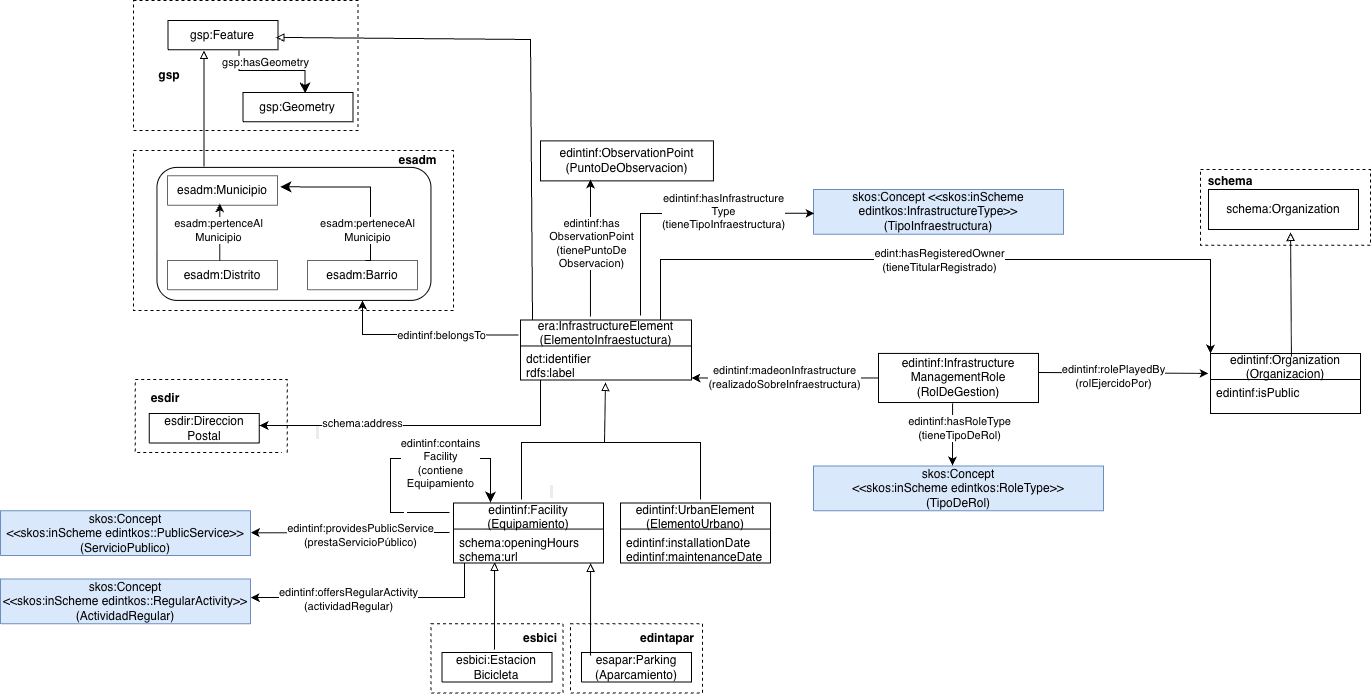
EDINT-Ontologia/edint-ontologia-infraestructura keeps this draw.io diagram as diagrams/diagrama-conceptual-General-with-DP.png. Above is the earlier version. Source tidied: cells renumbered, new cells last; positions are measured from the earlier drawing's top-left corner, leaving out a move shared by most shapes.
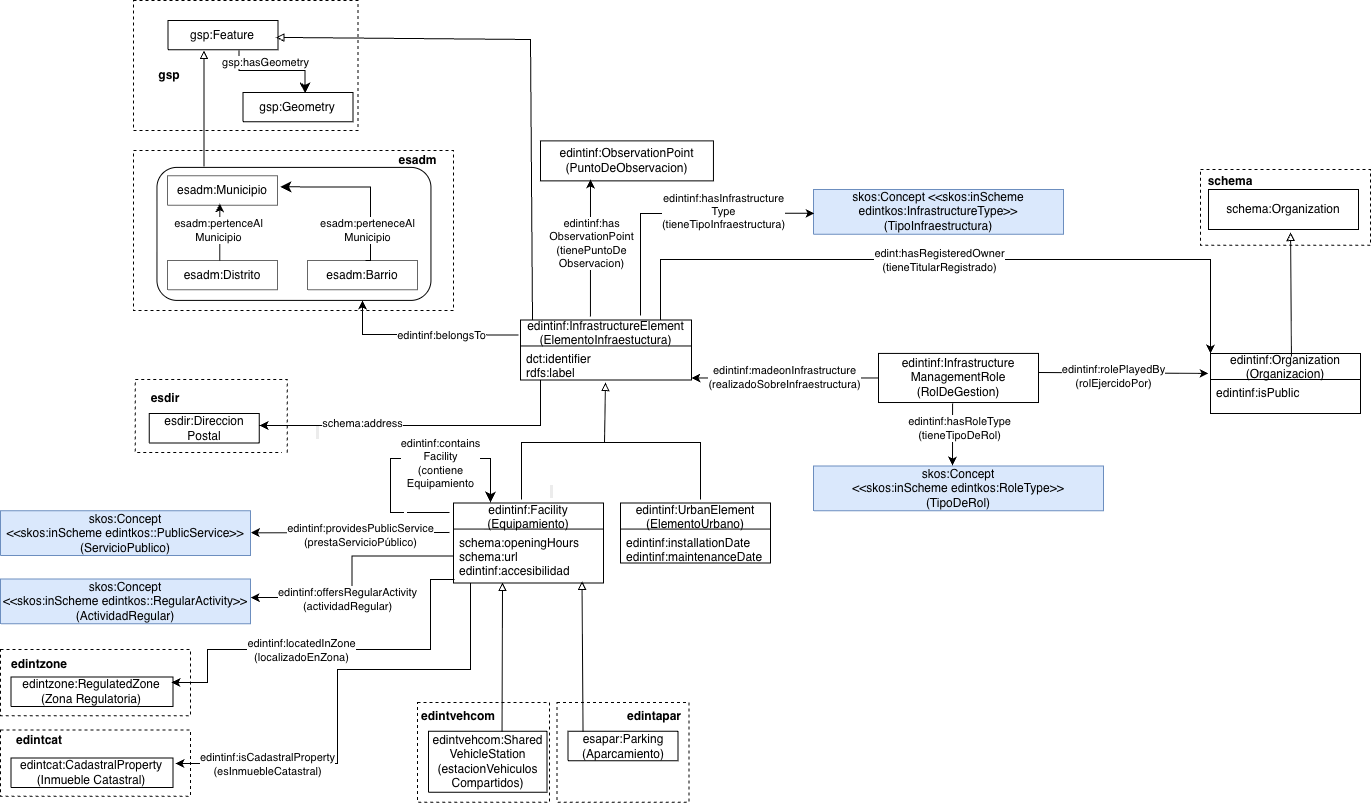
The same file after the commit.

Diff of the diagram source:
```diff
@@ -2,27 +2,17 @@
   <root>
     <mxCell id="0" />
     <mxCell id="1" parent="0" />
+    <mxCell id="75" style="rounded=0;whiteSpace=wrap;html=1;fillColor=none;dashed=1;fontSize=12;" parent="1" vertex="1">
+      <mxGeometry y="649" width="190" height="66.1" as="geometry" />
+    </mxCell>
     <mxCell id="2" style="rounded=0;whiteSpace=wrap;html=1;fillColor=none;dashed=1;fontSize=11;" parent="1" vertex="1">
       <mxGeometry x="1200" y="169" width="170" height="75.6" as="geometry" />
     </mxCell>
-    <mxCell id="3" style="rounded=0;whiteSpace=wrap;html=1;fillColor=none;dashed=1;fontSize=11;" parent="1" vertex="1">
-      <mxGeometry x="430.5" y="623.3" width="132" height="69.3" as="geometry" />
-    </mxCell>
-    <mxCell id="4" value="&lt;font style=&quot;color: rgb(0, 0, 0); direction: ltr; letter-spacing: 0px; line-height: 120%; opacity: 1; font-size: 12px;&quot;&gt;esbici:Estacion&lt;/font&gt;&lt;div&gt;&lt;font style=&quot;color: rgb(0, 0, 0); direction: ltr; letter-spacing: 0px; line-height: 120%; opacity: 1; font-size: 12px;&quot;&gt;Bicicleta&lt;/font&gt;&lt;/div&gt;" style="verticalAlign=middle;align=center;vsdxID=334;shape=(stored shape, 160 characters);labelBackgroundColor=none;rounded=0;html=1;whiteSpace=wrap;fillColor=none;strokeColor=#000000;fontSize=11;" parent="1" vertex="1">
-      <mxGeometry x="441.5" y="652" width="110" height="29.5" as="geometry" />
-    </mxCell>
-    <mxCell id="5" value="&lt;div&gt;&lt;div&gt;&lt;font style=&quot;font-size: 12px;&quot;&gt;esbici&lt;/font&gt;&lt;/div&gt;&lt;/div&gt;" style="text;html=1;whiteSpace=wrap;strokeColor=none;fillColor=none;align=center;verticalAlign=middle;rounded=0;fontStyle=1;fontFamily=Helvetica;fontSize=11;fontColor=default;" parent="1" vertex="1">
-      <mxGeometry x="500" y="623.3" width="80" height="28.7" as="geometry" />
-    </mxCell>
     <mxCell id="6" value="&lt;font style=&quot;font-size: 12px;&quot;&gt;skos:Concept&lt;/font&gt;&lt;div&gt;&lt;font style=&quot;font-size: 12px;&quot;&gt;&amp;lt;&amp;lt;skos:inScheme edintkos::RegularActivity&amp;gt;&amp;gt;&lt;/font&gt;&lt;/div&gt;&lt;div&gt;&lt;font style=&quot;font-size: 12px;&quot;&gt;(ActividadRegular)&lt;/font&gt;&lt;/div&gt;" style="verticalAlign=middle;align=center;vsdxID=334;shape=(stored shape, 160 characters);labelBackgroundColor=none;rounded=0;html=1;whiteSpace=wrap;fillColor=#dae8fc;strokeColor=#6c8ebf;fontSize=11;" parent="1" vertex="1">
       <mxGeometry y="578.5" width="250" height="44.7" as="geometry" />
     </mxCell>
-    <mxCell id="7" value="&lt;font&gt;edintinf:offersRegularActivity&lt;/font&gt;&lt;div&gt;&lt;font&gt;(actividadRegular)&lt;/font&gt;&lt;/div&gt;" style="endArrow=classic;html=1;rounded=0;entryX=1.001;entryY=0.413;entryDx=0;entryDy=0;entryPerimeter=0;exitX=0.074;exitY=1.012;exitDx=0;exitDy=0;exitPerimeter=0;" parent="1" edge="1" source="70" target="6">
-      <mxGeometry x="0.21" y="2" relative="1" as="geometry">
-        <Array as="points">
-          <mxPoint x="464" y="597" />
-        </Array>
-      </mxGeometry>
+    <mxCell id="7" value="&lt;font&gt;edintinf:offersRegularActivity&lt;/font&gt;&lt;div&gt;&lt;font&gt;(actividadRegular)&lt;/font&gt;&lt;/div&gt;" style="endArrow=classic;html=1;rounded=0;entryX=1.001;entryY=0.413;entryDx=0;entryDy=0;entryPerimeter=0;exitX=0;exitY=0.5;exitDx=0;exitDy=0;edgeStyle=orthogonalEdgeStyle;" parent="1" edge="1" source="70" target="6">
+      <mxGeometry x="0.21" y="2" relative="1" as="geometry" />
     </mxCell>
     <mxCell id="8" value="&lt;font style=&quot;font-size: 12px;&quot;&gt;skos:Concept&lt;/font&gt;&lt;div&gt;&lt;font style=&quot;font-size: 12px;&quot;&gt;&amp;lt;&amp;lt;skos:inScheme edintkos::PublicService&amp;gt;&amp;gt;&lt;/font&gt;&lt;/div&gt;&lt;div&gt;&lt;font style=&quot;font-size: 12px;&quot;&gt;(ServicioPublico)&lt;/font&gt;&lt;/div&gt;" style="verticalAlign=middle;align=center;vsdxID=334;shape=(stored shape, 160 characters);labelBackgroundColor=none;rounded=0;html=1;whiteSpace=wrap;fillColor=#dae8fc;strokeColor=#6c8ebf;fontSize=11;" parent="1" vertex="1">
       <mxGeometry y="510.2" width="250" height="44.7" as="geometry" />
@@ -191,9 +181,6 @@
         </Array>
       </mxGeometry>
     </mxCell>
-    <mxCell id="43" style="endArrow=block;html=1;rounded=0;endFill=0;exitX=0.082;exitY=0.102;exitDx=0;exitDy=0;exitPerimeter=0;entryX=0.914;entryY=1.012;entryDx=0;entryDy=0;entryPerimeter=0;" parent="1" edge="1" source="59" target="70">
-      <mxGeometry relative="1" as="geometry" />
-    </mxCell>
     <mxCell id="44" style="endArrow=classic;html=1;rounded=0;entryX=0.476;entryY=0.934;entryDx=0;entryDy=0;entryPerimeter=0;" parent="1" edge="1" target="31">
       <mxGeometry relative="1" as="geometry">
         <mxPoint x="219.3" y="259.9" as="sourcePoint" />
@@ -244,11 +231,6 @@
         <mxPoint x="23" as="offset" />
       </mxGeometry>
     </mxCell>
-    <mxCell id="52" style="endArrow=block;html=1;rounded=0;entryX=0.274;entryY=0.983;entryDx=0;entryDy=0;entryPerimeter=0;endFill=0;" parent="1" edge="1" target="70">
-      <mxGeometry relative="1" as="geometry">
-        <mxPoint x="494" y="649" as="sourcePoint" />
-      </mxGeometry>
-    </mxCell>
     <mxCell id="53" value="edintinf:madeonInfrastructure&lt;div&gt;(realizadoSobreInfraestructura)&lt;/div&gt;" style="endArrow=classic;html=1;rounded=0;entryX=1;entryY=0.5;entryDx=0;entryDy=0;exitX=0;exitY=0.5;exitDx=0;exitDy=0;" parent="1" edge="1" source="15">
       <mxGeometry x="0.01" relative="1" as="geometry">
         <mxPoint x="690.9" y="377.5" as="targetPoint" />
@@ -279,15 +261,6 @@
         <mxPoint x="-76" as="offset" />
       </mxGeometry>
     </mxCell>
-    <mxCell id="58" style="rounded=0;whiteSpace=wrap;html=1;fillColor=none;dashed=1;fontSize=11;" parent="1" vertex="1">
-      <mxGeometry x="570" y="623.3" width="132" height="69.3" as="geometry" />
-    </mxCell>
-    <mxCell id="59" value="&lt;span style=&quot;font-size: 12px;&quot;&gt;esapar:Parking&lt;/span&gt;&lt;div&gt;&lt;span style=&quot;font-size: 12px;&quot;&gt;(Aparcamiento)&lt;/span&gt;&lt;/div&gt;" style="verticalAlign=middle;align=center;vsdxID=334;shape=(stored shape, 160 characters);labelBackgroundColor=none;rounded=0;html=1;whiteSpace=wrap;fillColor=none;strokeColor=#000000;fontSize=11;" parent="1" vertex="1">
-      <mxGeometry x="581" y="652" width="110" height="29.5" as="geometry" />
-    </mxCell>
-    <mxCell id="60" value="&lt;div&gt;&lt;div&gt;&lt;font style=&quot;font-size: 12px;&quot;&gt;edintapar&lt;/font&gt;&lt;/div&gt;&lt;/div&gt;" style="text;html=1;whiteSpace=wrap;strokeColor=none;fillColor=none;align=center;verticalAlign=middle;rounded=0;fontStyle=1;fontFamily=Helvetica;fontSize=11;fontColor=default;" parent="1" vertex="1">
-      <mxGeometry x="627" y="623.3" width="80" height="28.7" as="geometry" />
-    </mxCell>
     <mxCell id="61" value="schema:Organization" style="rounded=0;whiteSpace=wrap;html=1;" parent="1" vertex="1">
       <mxGeometry x="1208" y="189" width="150" height="40" as="geometry" />
     </mxCell>
@@ -311,17 +284,17 @@
     <mxCell id="66" value="edintinf:has&lt;div&gt;ObservationPoint&lt;/div&gt;&lt;div&gt;(tienePuntoDe&lt;/div&gt;&lt;div&gt;Observacion)&lt;/div&gt;" style="edgeLabel;html=1;align=center;verticalAlign=middle;" parent="65" vertex="1">
       <mxGeometry x="0.06" y="-1" relative="1" as="geometry" />
     </mxCell>
-    <mxCell id="67" value="era:InfrastructureElement&#10;(ElementoInfraestuctura)" style="swimlane;fontStyle=0;horizontal=1;startSize=26;fillColor=default;strokeColor=#000000;" parent="1" vertex="1">
+    <mxCell id="67" value="edintinf:InfrastructureElement&#10;(ElementoInfraestuctura)" style="swimlane;fontStyle=0;horizontal=1;startSize=26;fillColor=default;strokeColor=#000000;" parent="1" vertex="1">
       <mxGeometry x="520" y="319.5" width="171" height="60" as="geometry" />
     </mxCell>
     <mxCell id="68" value="dct:identifier&#10;rdfs:label" style="text;strokeColor=none;fillColor=none;align=left;verticalAlign=top;spacingLeft=4;spacingRight=4;overflow=visible;points=[[0,0.5],[1,0.5]];portConstraint=eastwest;imageAspect=0;imageHeight=24;" parent="67" vertex="1">
       <mxGeometry y="26" width="171" height="34" as="geometry" />
     </mxCell>
     <mxCell id="69" value="edintinf:Facility&#10;(Equipamiento)" style="swimlane;fontStyle=0;horizontal=1;startSize=26;fillColor=none;strokeColor=#000000;" parent="1" vertex="1">
-      <mxGeometry x="453" y="502.6" width="150" height="60" as="geometry" />
+      <mxGeometry x="453" y="502.6" width="150" height="80" as="geometry" />
     </mxCell>
-    <mxCell id="70" value="schema:openingHours&#10;schema:url" style="text;strokeColor=none;fillColor=none;align=left;verticalAlign=top;spacingLeft=4;spacingRight=4;overflow=visible;points=[[0,0.5],[1,0.5]];portConstraint=eastwest;imageAspect=0;imageHeight=24;" parent="69" vertex="1">
-      <mxGeometry y="26" width="150" height="34" as="geometry" />
+    <mxCell id="70" value="schema:openingHours&#10;schema:url&#10;edintinf:accesibilidad" style="text;strokeColor=none;fillColor=none;align=left;verticalAlign=top;spacingLeft=4;spacingRight=4;overflow=visible;points=[[0,0.5],[1,0.5]];portConstraint=eastwest;imageAspect=0;imageHeight=24;" parent="69" vertex="1">
+      <mxGeometry y="26" width="150" height="54" as="geometry" />
     </mxCell>
     <mxCell id="71" value="edintinf:UrbanElement&#10;(ElementoUrbano)" style="swimlane;fontStyle=0;horizontal=1;startSize=26;fillColor=none;strokeColor=#000000;" parent="1" vertex="1">
       <mxGeometry x="620" y="502.6" width="150" height="60" as="geometry" />
@@ -335,5 +308,82 @@
     <mxCell id="74" value="edintinf:isPublic&#10;" style="text;strokeColor=none;fillColor=none;align=left;verticalAlign=top;spacingLeft=4;spacingRight=4;overflow=visible;imageAspect=0;imageHeight=24;" parent="73" vertex="1">
       <mxGeometry y="26" width="150" height="34" as="geometry" />
     </mxCell>
+    <mxCell id="76" value="edintzone:RegulatedZone&lt;div&gt;(Zona Regulatoria)&lt;/div&gt;" style="verticalAlign=middle;align=center;vsdxID=334;shape=(stored shape, 160 characters);labelBackgroundColor=none;rounded=0;html=1;whiteSpace=wrap;fontSize=12;" parent="1" vertex="1">
+      <mxGeometry x="10.5" y="676.6" width="162.1" height="29.5" as="geometry" />
+    </mxCell>
+    <mxCell id="77" value="&amp;nbsp;" style="edgeLabel;html=1;align=center;verticalAlign=middle;fontSize=11;" parent="1" vertex="1">
+      <mxGeometry x="173.9" y="724.7" as="geometry" />
+    </mxCell>
+    <mxCell id="78" style="endArrow=classic;html=1;rounded=0;exitX=0.007;exitY=0.934;exitDx=0;exitDy=0;exitPerimeter=0;edgeStyle=orthogonalEdgeStyle;entryX=0.99;entryY=0.183;entryDx=0;entryDy=0;entryPerimeter=0;" parent="1" edge="1" source="70" target="76">
+      <mxGeometry relative="1" as="geometry">
+        <Array as="points">
+          <mxPoint x="430" y="579" />
+          <mxPoint x="430" y="649" />
+          <mxPoint x="207" y="649" />
+          <mxPoint x="207" y="682" />
+        </Array>
+      </mxGeometry>
+    </mxCell>
+    <mxCell id="79" value="edintinf:locatedInZone&lt;div&gt;(localizadoEnZona)&lt;/div&gt;" style="edgeLabel;html=1;align=center;verticalAlign=middle;" parent="78" vertex="1">
+      <mxGeometry x="0.25" y="2" relative="1" as="geometry">
+        <mxPoint x="18" y="-2" as="offset" />
+      </mxGeometry>
+    </mxCell>
+    <mxCell id="80" style="rounded=0;whiteSpace=wrap;html=1;fillColor=none;dashed=1;fontSize=12;" parent="1" vertex="1">
+      <mxGeometry x="0.1" y="729.5" width="189.9" height="66.1" as="geometry" />
+    </mxCell>
+    <mxCell id="81" value="edintcat:CadastralProperty&lt;div&gt;(Inmueble Catastral)&lt;/div&gt;" style="verticalAlign=middle;align=center;vsdxID=334;shape=(stored shape, 160 characters);labelBackgroundColor=none;rounded=0;html=1;whiteSpace=wrap;fontSize=12;" parent="1" vertex="1">
+      <mxGeometry x="10.5" y="757.6" width="162.1" height="29.5" as="geometry" />
+    </mxCell>
+    <mxCell id="82" value="&lt;div&gt;edintcat&lt;/div&gt;" style="text;html=1;whiteSpace=wrap;strokeColor=none;fillColor=none;align=center;verticalAlign=middle;rounded=0;fontStyle=1;fontFamily=Helvetica;fontSize=12;fontColor=default;" parent="1" vertex="1">
+      <mxGeometry x="9.2" y="724.7" width="60" height="30" as="geometry" />
+    </mxCell>
+    <mxCell id="83" style="endArrow=classic;html=1;rounded=0;edgeStyle=orthogonalEdgeStyle;exitX=0.114;exitY=1.008;exitDx=0;exitDy=0;exitPerimeter=0;" parent="1" edge="1" source="70">
+      <mxGeometry relative="1" as="geometry">
+        <mxPoint x="175" y="763" as="targetPoint" />
+        <Array as="points">
+          <mxPoint x="470" y="669" />
+          <mxPoint x="337" y="669" />
+          <mxPoint x="337" y="763" />
+        </Array>
+      </mxGeometry>
+    </mxCell>
+    <mxCell id="84" value="edintinf:isCadastralProperty&lt;div&gt;(esInmuebleCatastral)&lt;/div&gt;" style="edgeLabel;html=1;align=center;verticalAlign=middle;" parent="83" vertex="1">
+      <mxGeometry x="0.81" y="-2" relative="1" as="geometry">
+        <mxPoint x="45" y="2" as="offset" />
+      </mxGeometry>
+    </mxCell>
+    <mxCell id="85" value="&lt;div&gt;edintzone&lt;/div&gt;" style="text;html=1;whiteSpace=wrap;strokeColor=none;fillColor=none;align=center;verticalAlign=middle;rounded=0;fontStyle=1;fontFamily=Helvetica;fontSize=12;fontColor=default;" parent="1" vertex="1">
+      <mxGeometry x="9.2" y="649" width="60" height="30" as="geometry" />
+    </mxCell>
+    <mxCell id="86" style="rounded=0;whiteSpace=wrap;html=1;fillColor=none;dashed=1;fontSize=11;" parent="1" vertex="1">
+      <mxGeometry x="417" y="702.1" width="132" height="99.7" as="geometry" />
+    </mxCell>
+    <mxCell id="87" value="&lt;span style=&quot;font-size: 12px;&quot;&gt;edintvehcom:Shared&lt;/span&gt;&lt;div&gt;&lt;span style=&quot;font-size: 12px;&quot;&gt;VehicleStation&lt;/span&gt;&lt;/div&gt;&lt;div&gt;&lt;span style=&quot;font-size: 12px;&quot;&gt;(estacionVehiculos&lt;/span&gt;&lt;/div&gt;&lt;div&gt;&lt;span style=&quot;font-size: 12px;&quot;&gt;Compartidos)&lt;/span&gt;&lt;/div&gt;" style="verticalAlign=middle;align=center;vsdxID=334;shape=(stored shape, 160 characters);labelBackgroundColor=none;rounded=0;html=1;whiteSpace=wrap;fillColor=none;strokeColor=#000000;fontSize=11;" parent="1" vertex="1">
+      <mxGeometry x="428" y="730.9" width="118.5" height="61" as="geometry" />
+    </mxCell>
+    <mxCell id="88" value="&lt;div&gt;&lt;div&gt;&lt;font style=&quot;font-size: 12px;&quot;&gt;edintvehcom&lt;/font&gt;&lt;/div&gt;&lt;/div&gt;" style="text;html=1;whiteSpace=wrap;strokeColor=none;fillColor=none;align=center;verticalAlign=middle;rounded=0;fontStyle=1;fontFamily=Helvetica;fontSize=11;fontColor=default;" parent="1" vertex="1">
+      <mxGeometry x="417.6" y="702.1" width="80" height="28.7" as="geometry" />
+    </mxCell>
+    <mxCell id="89" style="endArrow=block;html=1;rounded=0;endFill=0;exitX=0.136;exitY=-0.034;exitDx=0;exitDy=0;exitPerimeter=0;entryX=0.936;entryY=0.943;entryDx=0;entryDy=0;entryPerimeter=0;" parent="1" edge="1">
+      <mxGeometry relative="1" as="geometry">
+        <mxPoint x="582.5" y="730.8" as="sourcePoint" />
+        <mxPoint x="581.5" y="580.9" as="targetPoint" />
+      </mxGeometry>
+    </mxCell>
+    <mxCell id="90" style="endArrow=block;html=1;rounded=0;entryX=0.327;entryY=0.989;entryDx=0;entryDy=0;entryPerimeter=0;endFill=0;exitX=0.25;exitY=1;exitDx=0;exitDy=0;" parent="1" edge="1" target="70">
+      <mxGeometry relative="1" as="geometry">
+        <mxPoint x="501.6" y="730.9" as="sourcePoint" />
+      </mxGeometry>
+    </mxCell>
+    <mxCell id="91" style="rounded=0;whiteSpace=wrap;html=1;fillColor=none;dashed=1;fontSize=11;" parent="1" vertex="1">
+      <mxGeometry x="556.6" y="702.1" width="132" height="99.7" as="geometry" />
+    </mxCell>
+    <mxCell id="59" value="&lt;span style=&quot;font-size: 12px;&quot;&gt;esapar:Parking&lt;/span&gt;&lt;div&gt;&lt;span style=&quot;font-size: 12px;&quot;&gt;(Aparcamiento)&lt;/span&gt;&lt;/div&gt;" style="verticalAlign=middle;align=center;vsdxID=334;shape=(stored shape, 160 characters);labelBackgroundColor=none;rounded=0;html=1;whiteSpace=wrap;fillColor=none;strokeColor=#000000;fontSize=11;" parent="1" vertex="1">
+      <mxGeometry x="567.6" y="730.9" width="110" height="29.5" as="geometry" />
+    </mxCell>
+    <mxCell id="60" value="&lt;div&gt;&lt;div&gt;&lt;font style=&quot;font-size: 12px;&quot;&gt;edintapar&lt;/font&gt;&lt;/div&gt;&lt;/div&gt;" style="text;html=1;whiteSpace=wrap;strokeColor=none;fillColor=none;align=center;verticalAlign=middle;rounded=0;fontStyle=1;fontFamily=Helvetica;fontSize=11;fontColor=default;" parent="1" vertex="1">
+      <mxGeometry x="613.6" y="702.1" width="80" height="28.7" as="geometry" />
+    </mxCell>
   </root>
 </mxGraphModel>
```
